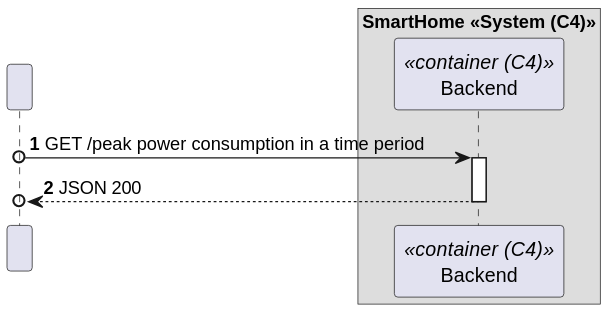
Above: docs/C4_4plus1_models/Level2/ProcessView/ProcessViewLevel2_UC14_v1.svg in moutajDev/smarthome (PlantUML), before the change. Source of this version:
```plantuml
@startuml
!pragma layout smetana

autonumber


participant " " as HTTP

box "SmartHome <<System (C4)>>"
    participant "Backend" as BE<<container (C4)>>
end box

HTTP o-> BE : GET /peak power consumption in a time period
activate BE


BE -->o HTTP : JSON 200
deactivate BE
@enduml
```
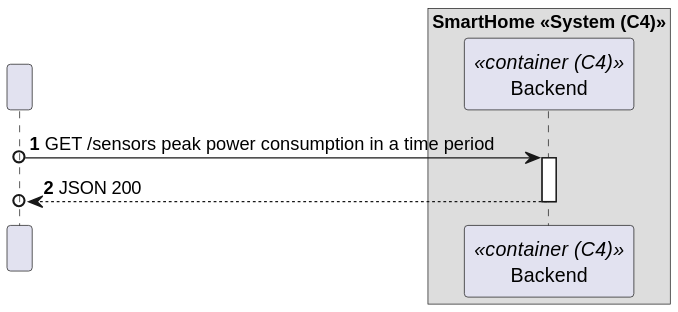
The same file after the commit.

Change to the diagram source:
```diff
@@ -10,7 +10,7 @@
     participant "Backend" as BE<<container (C4)>>
 end box
 
-HTTP o-> BE : GET /peak power consumption in a time period
+HTTP o-> BE : GET /sensors peak power consumption in a time period
 activate BE
 
 
```
